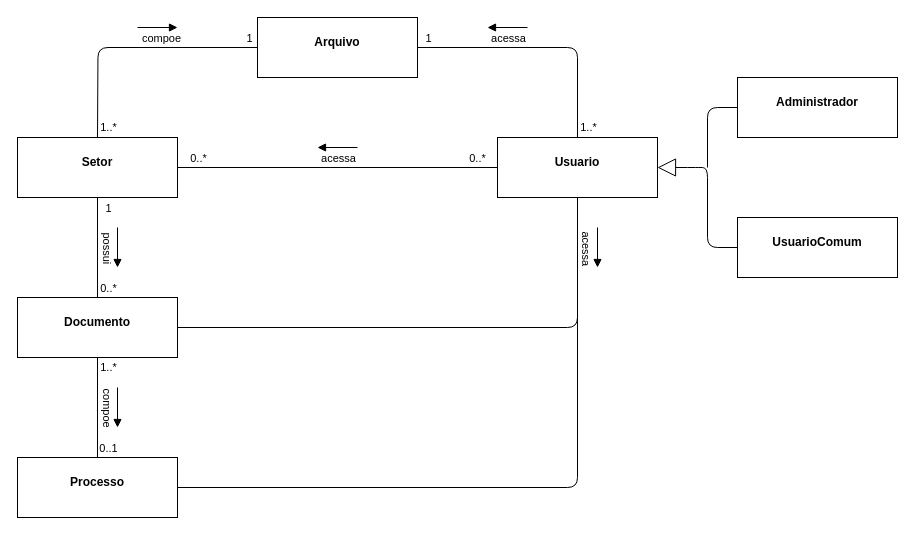
IsacSouzaCampos/ES_I-GED keeps this draw.io diagram as modelo_conceitual.drawio. Above is the earlier version. Source tidied: cells renumbered, new cells numbered last; positions are measured from the earlier drawing's top-left corner, leaving out a move shared by most shapes. Both pictures are drawn from the tidied source at 100%, with x=0, y=0 at pixel (17, 17).
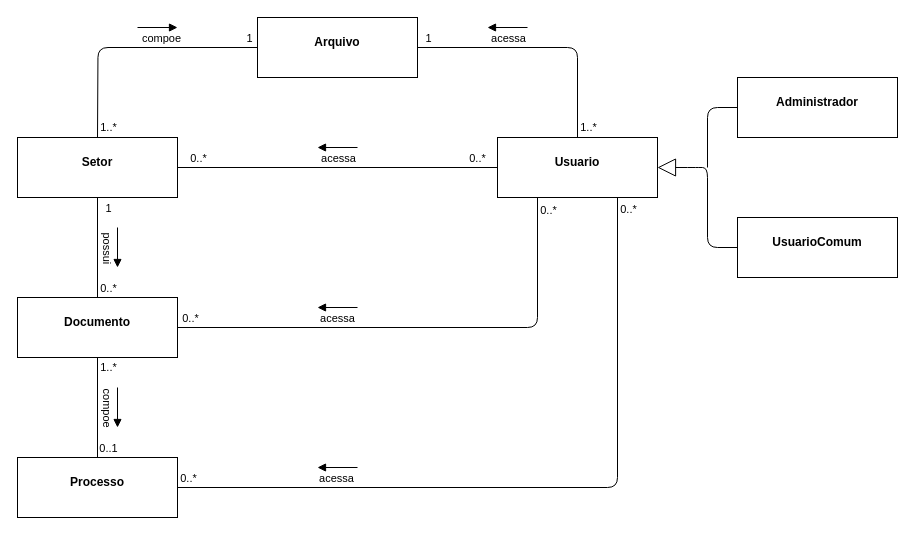
After the change.

Commit message:
Modelo Conceitual Atualizado

The change refers to these unchanged cells:
```xml
<mxCell id="16" value="&lt;p style=&quot;margin: 0px ; margin-top: 4px ; text-align: center&quot;&gt;&lt;br&gt;&lt;b&gt;Documento&lt;/b&gt;&lt;/p&gt;" style="verticalAlign=top;align=left;overflow=fill;fontSize=12;fontFamily=Helvetica;html=1;" parent="1" vertex="1">
  <mxGeometry y="280" width="160" height="60" as="geometry" />
</mxCell>
<mxCell id="17" value="&lt;p style=&quot;margin: 0px ; margin-top: 4px ; text-align: center&quot;&gt;&lt;br&gt;&lt;b&gt;Processo&lt;/b&gt;&lt;/p&gt;" style="verticalAlign=top;align=left;overflow=fill;fontSize=12;fontFamily=Helvetica;html=1;" parent="1" vertex="1">
  <mxGeometry y="440" width="160" height="60" as="geometry" />
</mxCell>
<mxCell id="32" value="&lt;p style=&quot;margin: 0px ; margin-top: 4px ; text-align: center&quot;&gt;&lt;br&gt;&lt;b&gt;Usuario&lt;/b&gt;&lt;/p&gt;" style="verticalAlign=top;align=left;overflow=fill;fontSize=12;fontFamily=Helvetica;html=1;" parent="1" vertex="1">
  <mxGeometry x="480" y="120" width="160" height="60" as="geometry" />
</mxCell>
```

The edit, as a diff of the source:
```diff
@@
-    <mxCell id="29" style="edgeStyle=orthogonalEdgeStyle;rounded=1;jettySize=auto;html=1;exitX=0.5;exitY=1;exitDx=0;exitDy=0;entryX=1;entryY=0.5;entryDx=0;entryDy=0;endArrow=none;endFill=0;" parent="1" edge="1" source="32" target="16">
+    <mxCell id="29" style="edgeStyle=orthogonalEdgeStyle;rounded=1;jettySize=auto;html=1;exitX=0.25;exitY=1;exitDx=0;exitDy=0;entryX=1;entryY=0.5;entryDx=0;entryDy=0;endArrow=none;endFill=0;" parent="1" edge="1" source="32" target="16">
       <mxGeometry relative="1" as="geometry" />
     </mxCell>
+    <mxCell id="40" value="acessa" style="edgeLabel;html=1;align=center;verticalAlign=middle;" parent="29" vertex="1">
+      <mxGeometry x="0.61" y="-1" relative="1" as="geometry">
+        <mxPoint x="63.1" y="-9" as="offset" />
+      </mxGeometry>
+    </mxCell>
+    <mxCell id="41" value="0..*" style="edgeLabel;html=1;align=center;verticalAlign=middle;" parent="29" vertex="1">
+      <mxGeometry x="0.95" relative="1" as="geometry">
+        <mxPoint y="-10" as="offset" />
+      </mxGeometry>
+    </mxCell>
+    <mxCell id="42" value="0..*" style="edgeLabel;html=1;align=center;verticalAlign=middle;" parent="29" vertex="1">
+      <mxGeometry x="-0.95" y="-1" relative="1" as="geometry">
+        <mxPoint x="11" as="offset" />
+      </mxGeometry>
+    </mxCell>
-    <mxCell id="30" style="edgeStyle=orthogonalEdgeStyle;rounded=1;jettySize=auto;html=1;exitX=0.5;exitY=1;exitDx=0;exitDy=0;entryX=1;entryY=0.5;entryDx=0;entryDy=0;endArrow=none;endFill=0;" parent="1" edge="1" source="32" target="17">
+    <mxCell id="30" style="edgeStyle=orthogonalEdgeStyle;rounded=1;jettySize=auto;html=1;exitX=0.75;exitY=1;exitDx=0;exitDy=0;entryX=1;entryY=0.5;entryDx=0;entryDy=0;endArrow=none;endFill=0;" parent="1" edge="1" source="32" target="17">
       <mxGeometry relative="1" as="geometry" />
     </mxCell>
-    <mxCell id="31" value="acessa" style="edgeLabel;html=1;align=center;verticalAlign=middle;rotation=90;" parent="30" vertex="1">
-      <mxGeometry x="-0.85" y="-1" relative="1" as="geometry">
-        <mxPoint x="11" y="-1.7" as="offset" />
-      </mxGeometry>
-    </mxCell>
+    <mxCell id="43" value="acessa" style="edgeLabel;html=1;align=center;verticalAlign=middle;" parent="30" vertex="1">
+      <mxGeometry x="0.64" y="-2" relative="1" as="geometry">
+        <mxPoint x="27.2" y="-8" as="offset" />
+      </mxGeometry>
+    </mxCell>
+    <mxCell id="44" value="0..*" style="edgeLabel;html=1;align=center;verticalAlign=middle;" parent="30" vertex="1">
+      <mxGeometry x="-0.96" relative="1" as="geometry">
+        <mxPoint x="10" y="-4" as="offset" />
+      </mxGeometry>
+    </mxCell>
+    <mxCell id="45" value="0..*" style="edgeLabel;html=1;align=center;verticalAlign=middle;" parent="30" vertex="1">
+      <mxGeometry x="0.95" y="-1" relative="1" as="geometry">
+        <mxPoint x="-8" y="-9" as="offset" />
+      </mxGeometry>
+    </mxCell>
@@
-    <mxCell id="39" style="endArrow=block;startArrow=none;endFill=1;startFill=0;html=1;" parent="1" edge="1">
-      <mxGeometry relative="1" as="geometry">
-        <mxPoint x="580" y="210" as="sourcePoint" />
-        <mxPoint x="580" y="250" as="targetPoint" />
-      </mxGeometry>
-    </mxCell>
+    <mxCell id="46" style="endArrow=none;startArrow=block;endFill=0;startFill=1;html=1;" parent="1" edge="1">
+      <mxGeometry relative="1" as="geometry">
+        <mxPoint x="300" y="290" as="sourcePoint" />
+        <mxPoint x="340" y="290" as="targetPoint" />
+      </mxGeometry>
+    </mxCell>
+    <mxCell id="47" style="endArrow=none;startArrow=block;endFill=0;startFill=1;html=1;" parent="1" edge="1">
+      <mxGeometry relative="1" as="geometry">
+        <mxPoint x="300" y="450" as="sourcePoint" />
+        <mxPoint x="340" y="450" as="targetPoint" />
+      </mxGeometry>
+    </mxCell>
```
